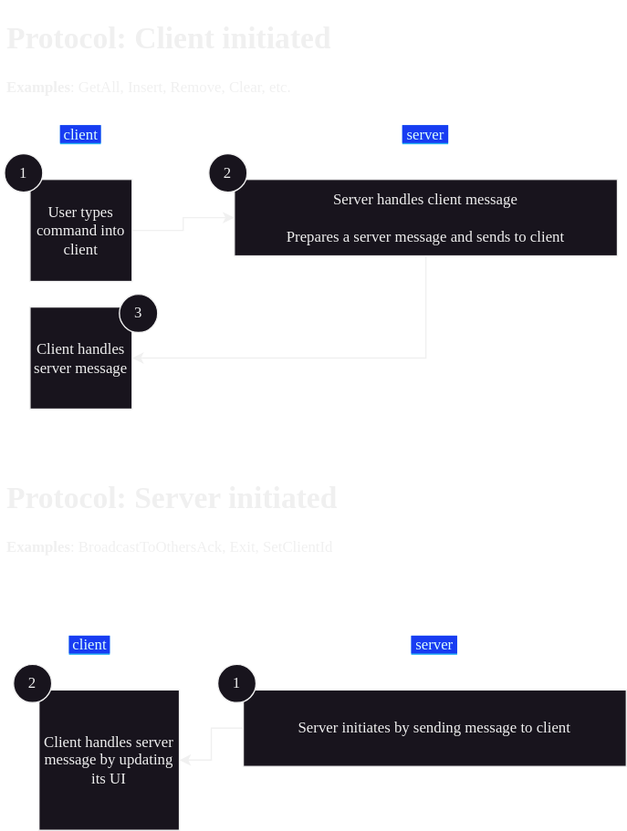
Before: tcp-api-server/main_diagram.drawio_2.svg, a diagram exported from draw.io (nazmulidris/rust-scratch). Source tidied: cells renumbered, new cells last; positions are measured from the earlier drawing's top-left corner, leaving out a move shared by most shapes.
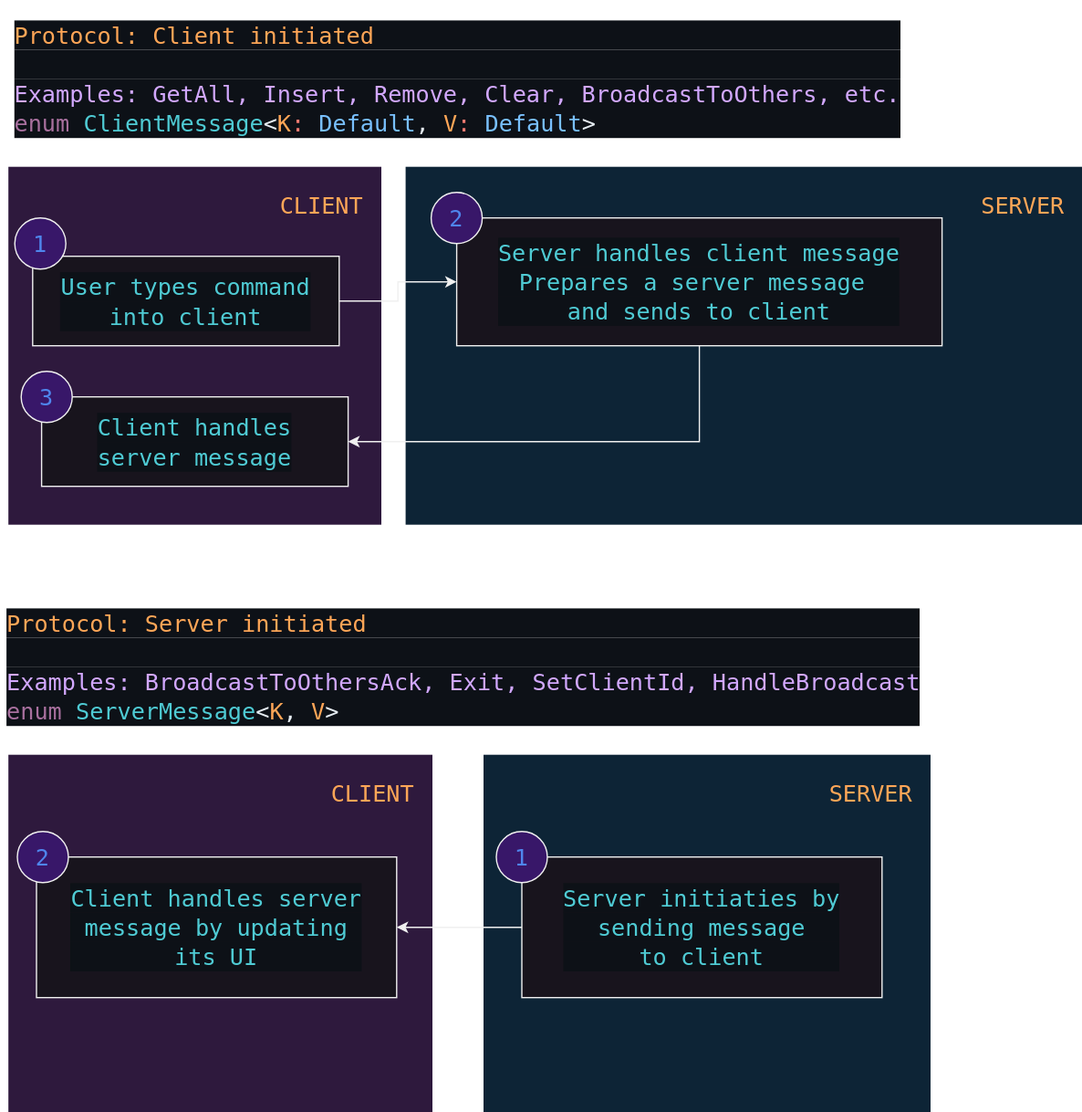
The same diagram one commit later.

Commit message:
[tcp-api-server] Redo the diagrams

Diff of the diagram source:
```diff
@@ -4,14 +4,14 @@
     <mxCell id="1" parent="0" />
-    <mxCell id="2" style="edgeStyle=orthogonalEdgeStyle;rounded=0;jettySize=auto;html=1;exitX=1;exitY=0.5;exitDx=0;exitDy=0;entryX=0;entryY=0.5;entryDx=0;entryDy=0;" parent="1" edge="1" source="3" target="7">
-      <mxGeometry relative="1" as="geometry" />
-    </mxCell>
-    <mxCell id="3" value="User types command into client" style="whiteSpace=wrap;html=1;fontFamily=Iosevka Term;" parent="1" vertex="1">
-      <mxGeometry x="23" y="130" width="80" height="80" as="geometry" />
-    </mxCell>
-    <mxCell id="4" value="&lt;h1&gt;Protocol: Client initiated&lt;/h1&gt;&lt;div&gt;&lt;b&gt;Examples&lt;/b&gt;: GetAll, Insert, Remove, C&lt;span style=&quot;background-color: initial;&quot;&gt;lear, etc.&lt;/span&gt;&lt;/div&gt;" style="text;html=1;spacing=5;spacingTop=-20;whiteSpace=wrap;overflow=hidden;rounded=0;fontFamily=Iosevka Term;" parent="1" vertex="1">
-      <mxGeometry width="330" height="70" as="geometry" />
-    </mxCell>
-    <mxCell id="5" value="1" style="ellipse;whiteSpace=wrap;html=1;fontFamily=Iosevka Term;" parent="1" vertex="1">
-      <mxGeometry x="3" y="110" width="30" height="30" as="geometry" />
-    </mxCell>
+    <mxCell id="21" value="&lt;div style=&quot;font-family: &amp;quot;MonaspiceKr Nerd Font Mono&amp;quot;, &amp;quot;Droid Sans Mono&amp;quot;, &amp;quot;monospace&amp;quot;, monospace; font-size: 18px; line-height: 23px; white-space: pre;&quot;&gt;&lt;font color=&quot;#ffa657&quot;&gt;SERVER&lt;/font&gt;&lt;/div&gt;" style="text;html=1;align=right;verticalAlign=top;whiteSpace=wrap;rounded=0;spacingTop=12;spacingLeft=12;spacingBottom=12;spacingRight=12;labelBackgroundColor=none;labelBorderColor=none;fillColor=#0D2436;fontColor=#ffffff;strokeColor=none;horizontal=1;" parent="1" vertex="1">
+      <mxGeometry x="381" y="530" width="350" height="280" as="geometry" />
+    </mxCell>
+    <mxCell id="22" value="&lt;div style=&quot;font-family: &amp;quot;MonaspiceKr Nerd Font Mono&amp;quot;, &amp;quot;Droid Sans Mono&amp;quot;, &amp;quot;monospace&amp;quot;, monospace; font-size: 18px; line-height: 23px; white-space: pre;&quot;&gt;&lt;font color=&quot;#ffa657&quot;&gt;CLIENT&lt;/font&gt;&lt;/div&gt;" style="text;html=1;align=right;verticalAlign=top;whiteSpace=wrap;rounded=0;spacingTop=12;spacingLeft=12;spacingBottom=12;spacingRight=12;labelBackgroundColor=none;labelBorderColor=none;fillColor=#2E193D;fontColor=#ffffff;strokeColor=none;horizontal=1;" parent="1" vertex="1">
+      <mxGeometry x="9" y="530" width="332" height="280" as="geometry" />
+    </mxCell>
+    <mxCell id="23" value="&lt;div style=&quot;font-family: &amp;quot;MonaspiceKr Nerd Font Mono&amp;quot;, &amp;quot;Droid Sans Mono&amp;quot;, &amp;quot;monospace&amp;quot;, monospace; font-size: 18px; line-height: 23px; white-space: pre;&quot;&gt;&lt;font color=&quot;#ffa657&quot;&gt;SERVER&lt;/font&gt;&lt;/div&gt;" style="text;html=1;align=right;verticalAlign=top;whiteSpace=wrap;rounded=0;spacingTop=12;spacingLeft=12;spacingBottom=12;spacingRight=12;labelBackgroundColor=none;labelBorderColor=none;fillColor=#0D2436;fontColor=#ffffff;strokeColor=none;horizontal=1;" parent="1" vertex="1">
+      <mxGeometry x="320" y="70" width="530" height="280" as="geometry" />
+    </mxCell>
+    <mxCell id="24" value="&lt;div style=&quot;font-family: &amp;quot;MonaspiceKr Nerd Font Mono&amp;quot;, &amp;quot;Droid Sans Mono&amp;quot;, &amp;quot;monospace&amp;quot;, monospace; font-size: 18px; line-height: 23px; white-space: pre;&quot;&gt;&lt;font color=&quot;#ffa657&quot;&gt;CLIENT&lt;/font&gt;&lt;/div&gt;" style="text;html=1;align=right;verticalAlign=top;whiteSpace=wrap;rounded=0;spacingTop=12;spacingLeft=12;spacingBottom=12;spacingRight=12;labelBackgroundColor=none;labelBorderColor=none;fillColor=#2E193D;fontColor=#ffffff;strokeColor=none;horizontal=1;" parent="1" vertex="1">
+      <mxGeometry x="9" y="70" width="292" height="280" as="geometry" />
+    </mxCell>
     <mxCell id="6" style="edgeStyle=orthogonalEdgeStyle;rounded=0;jettySize=auto;html=1;exitX=0.5;exitY=1;exitDx=0;exitDy=0;entryX=1;entryY=0.5;entryDx=0;entryDy=0;" parent="1" edge="1" source="7" target="9">
@@ -19,44 +19,55 @@
     </mxCell>
-    <mxCell id="7" value="Server handles client message&lt;div&gt;&lt;br&gt;&lt;/div&gt;&lt;div&gt;Prepares a server message and sends to client&lt;/div&gt;" style="whiteSpace=wrap;html=1;fontFamily=Iosevka Term;" parent="1" vertex="1">
-      <mxGeometry x="183" y="130" width="300" height="60" as="geometry" />
+    <mxCell id="7" value="&lt;div style=&quot;background-color: rgb(13, 17, 23); font-family: &amp;quot;MonaspiceKr Nerd Font Mono&amp;quot;, &amp;quot;Droid Sans Mono&amp;quot;, &amp;quot;monospace&amp;quot;, monospace; font-size: 18px; line-height: 23px; white-space: pre;&quot;&gt;&lt;font color=&quot;#4fcbd4&quot;&gt;Server handles client message&lt;/font&gt;&lt;/div&gt;&lt;div style=&quot;background-color: rgb(13, 17, 23); font-family: &amp;quot;MonaspiceKr Nerd Font Mono&amp;quot;, &amp;quot;Droid Sans Mono&amp;quot;, &amp;quot;monospace&amp;quot;, monospace; font-size: 18px; line-height: 23px; white-space: pre;&quot;&gt;&lt;font color=&quot;#4fcbd4&quot;&gt;Prepares a server message &lt;/font&gt;&lt;/div&gt;&lt;div style=&quot;background-color: rgb(13, 17, 23); font-family: &amp;quot;MonaspiceKr Nerd Font Mono&amp;quot;, &amp;quot;Droid Sans Mono&amp;quot;, &amp;quot;monospace&amp;quot;, monospace; font-size: 18px; line-height: 23px; white-space: pre;&quot;&gt;&lt;font color=&quot;#4fcbd4&quot;&gt;and sends to client&lt;/font&gt;&lt;/div&gt;" style="whiteSpace=wrap;html=1;fontFamily=Helvetica;perimeterSpacing=0;spacingLeft=12;spacingRight=12;spacingBottom=12;spacingTop=12;align=center;" parent="1" vertex="1">
+      <mxGeometry x="360" y="110" width="380" height="100" as="geometry" />
     </mxCell>
+    <mxCell id="9" value="&lt;div style=&quot;background-color: rgb(13, 17, 23); font-family: &amp;quot;MonaspiceKr Nerd Font Mono&amp;quot;, &amp;quot;Droid Sans Mono&amp;quot;, &amp;quot;monospace&amp;quot;, monospace; font-size: 18px; line-height: 23px; white-space: pre;&quot;&gt;&lt;font color=&quot;#4fcbd4&quot;&gt;Client handles&lt;/font&gt;&lt;/div&gt;&lt;div style=&quot;background-color: rgb(13, 17, 23); font-family: &amp;quot;MonaspiceKr Nerd Font Mono&amp;quot;, &amp;quot;Droid Sans Mono&amp;quot;, &amp;quot;monospace&amp;quot;, monospace; font-size: 18px; line-height: 23px; white-space: pre;&quot;&gt;&lt;font color=&quot;#4fcbd4&quot;&gt;server message&lt;/font&gt;&lt;/div&gt;" style="whiteSpace=wrap;html=1;fontFamily=Helvetica;perimeterSpacing=0;spacingLeft=12;spacingRight=12;spacingBottom=12;spacingTop=12;align=center;" parent="1" vertex="1">
+      <mxGeometry x="35" y="250" width="240" height="70" as="geometry" />
+    </mxCell>
+    <mxCell id="2" style="edgeStyle=orthogonalEdgeStyle;rounded=0;orthogonalLoop=1;jettySize=auto;html=1;exitX=1;exitY=0.5;exitDx=0;exitDy=0;entryX=0;entryY=0.5;entryDx=0;entryDy=0;fontFamily=Helvetica;" parent="1" edge="1">
+      <mxGeometry relative="1" as="geometry">
+        <mxPoint x="118" y="161.5" as="sourcePoint" />
+        <mxPoint x="193" y="165" as="targetPoint" />
+      </mxGeometry>
+    </mxCell>
-    <mxCell id="8" value="2" style="ellipse;whiteSpace=wrap;html=1;fontFamily=Iosevka Term;" parent="1" vertex="1">
-      <mxGeometry x="163" y="110" width="30" height="30" as="geometry" />
+    <mxCell id="8" value="&lt;div style=&quot;color: rgb(230, 237, 243); font-family: &amp;quot;MonaspiceKr Nerd Font Mono&amp;quot;, &amp;quot;Droid Sans Mono&amp;quot;, &amp;quot;monospace&amp;quot;, monospace; font-size: 18px; line-height: 23px; white-space: pre;&quot;&gt;&lt;span style=&quot;color: #4f86ed;&quot;&gt;2&lt;/span&gt;&lt;/div&gt;" style="ellipse;whiteSpace=wrap;html=1;fontFamily=Helvetica;fillColor=#381769;labelBackgroundColor=none;" parent="1" vertex="1">
+      <mxGeometry x="340" y="90" width="40" height="40" as="geometry" />
     </mxCell>
-    <mxCell id="9" value="Client handles server message" style="whiteSpace=wrap;html=1;fontFamily=Iosevka Term;" parent="1" vertex="1">
-      <mxGeometry x="23" y="230" width="80" height="80" as="geometry" />
-    </mxCell>
+    <mxCell id="16" style="edgeStyle=orthogonalEdgeStyle;rounded=0;jettySize=auto;html=1;exitX=0;exitY=0.5;exitDx=0;exitDy=0;fontFamily=Helvetica;" parent="1" edge="1" source="x">
+      <mxGeometry relative="1" as="geometry">
+        <mxPoint x="150" y="730" as="targetPoint" />
+      </mxGeometry>
+    </mxCell>
+    <mxCell id="25" value="&lt;h1&gt;&lt;div style=&quot;background-color: rgb(13, 17, 23); font-family: &amp;quot;MonaspiceKr Nerd Font Mono&amp;quot;, &amp;quot;Droid Sans Mono&amp;quot;, &amp;quot;monospace&amp;quot;, monospace; font-weight: normal; font-size: 18px; line-height: 23px; white-space: pre;&quot;&gt;&lt;font color=&quot;#ffa657&quot;&gt;Protocol: Client initiated&lt;/font&gt;&lt;/div&gt;&lt;div style=&quot;background-color: rgb(13, 17, 23); font-family: &amp;quot;MonaspiceKr Nerd Font Mono&amp;quot;, &amp;quot;Droid Sans Mono&amp;quot;, &amp;quot;monospace&amp;quot;, monospace; font-weight: normal; font-size: 18px; line-height: 23px; white-space: pre;&quot;&gt;&lt;font color=&quot;#ffa657&quot;&gt;&lt;br&gt;&lt;/font&gt;&lt;/div&gt;&lt;div style=&quot;background-color: rgb(13, 17, 23); font-family: &amp;quot;MonaspiceKr Nerd Font Mono&amp;quot;, &amp;quot;Droid Sans Mono&amp;quot;, &amp;quot;monospace&amp;quot;, monospace; font-weight: normal; font-size: 18px; line-height: 23px; white-space: pre;&quot;&gt;&lt;div style=&quot;line-height: 23px;&quot;&gt;&lt;font color=&quot;#d2a8ff&quot;&gt;Examples: GetAll, Insert, Remove, Clear, BroadcastToOthers, etc.&lt;/font&gt;&lt;/div&gt;&lt;div style=&quot;line-height: 23px;&quot;&gt;&lt;div style=&quot;color: rgb(230, 237, 243); line-height: 23px;&quot;&gt;&lt;span style=&quot;color: #a8709e;&quot;&gt;enum&lt;/span&gt; &lt;span style=&quot;color: #4fcbd4;&quot;&gt;ClientMessage&lt;/span&gt;&amp;lt;&lt;span style=&quot;color: #ffa657;&quot;&gt;K&lt;/span&gt;&lt;span style=&quot;color: #ff7b72;&quot;&gt;:&lt;/span&gt; &lt;span style=&quot;color: #79c0ff;&quot;&gt;Default&lt;/span&gt;, &lt;span style=&quot;color: #ffa657;&quot;&gt;V&lt;/span&gt;&lt;span style=&quot;color: #ff7b72;&quot;&gt;:&lt;/span&gt; &lt;span style=&quot;color: #79c0ff;&quot;&gt;Default&lt;/span&gt;&amp;gt;&lt;/div&gt;&lt;/div&gt;&lt;/div&gt;&lt;/h1&gt;" style="text;html=1;spacing=5;spacingTop=-20;overflow=hidden;rounded=0;fontFamily=Helvetica;whiteSpace=wrap;" parent="1" vertex="1">
+      <mxGeometry x="9" y="-50" width="810" height="110" as="geometry" />
+    </mxCell>
+    <mxCell id="26" value="&lt;h1&gt;&lt;div style=&quot;background-color: rgb(13, 17, 23); font-family: &amp;quot;MonaspiceKr Nerd Font Mono&amp;quot;, &amp;quot;Droid Sans Mono&amp;quot;, &amp;quot;monospace&amp;quot;, monospace; font-weight: normal; font-size: 18px; line-height: 23px; white-space: pre;&quot;&gt;&lt;font color=&quot;#ffa657&quot;&gt;Protocol: Server initiated&lt;/font&gt;&lt;/div&gt;&lt;div style=&quot;background-color: rgb(13, 17, 23); font-family: &amp;quot;MonaspiceKr Nerd Font Mono&amp;quot;, &amp;quot;Droid Sans Mono&amp;quot;, &amp;quot;monospace&amp;quot;, monospace; font-weight: normal; font-size: 18px; line-height: 23px; white-space: pre;&quot;&gt;&lt;font color=&quot;#ffa657&quot;&gt;&lt;br&gt;&lt;/font&gt;&lt;/div&gt;&lt;div style=&quot;background-color: rgb(13, 17, 23); font-family: &amp;quot;MonaspiceKr Nerd Font Mono&amp;quot;, &amp;quot;Droid Sans Mono&amp;quot;, &amp;quot;monospace&amp;quot;, monospace; font-weight: normal; font-size: 18px; line-height: 23px; white-space: pre;&quot;&gt;&lt;div style=&quot;line-height: 23px;&quot;&gt;&lt;font color=&quot;#d2a8ff&quot;&gt;Examples: BroadcastToOthersAck, Exit, SetClientId, HandleBroadcast&lt;/font&gt;&lt;/div&gt;&lt;div style=&quot;line-height: 23px;&quot;&gt;&lt;div style=&quot;color: rgb(230, 237, 243); line-height: 23px;&quot;&gt;&lt;div style=&quot;line-height: 23px;&quot;&gt;&lt;span style=&quot;color: #a8709e;&quot;&gt;enum&lt;/span&gt; &lt;span style=&quot;color: #4fcbd4;&quot;&gt;ServerMessage&lt;/span&gt;&amp;lt;&lt;span style=&quot;color: #ffa657;&quot;&gt;K&lt;/span&gt;, &lt;span style=&quot;color: #ffa657;&quot;&gt;V&lt;/span&gt;&amp;gt;&lt;/div&gt;&lt;/div&gt;&lt;/div&gt;&lt;/div&gt;&lt;/h1&gt;" style="text;html=1;spacing=5;spacingTop=-20;overflow=hidden;rounded=0;fontFamily=Helvetica;whiteSpace=wrap;" parent="1" vertex="1">
+      <mxGeometry x="3" y="410" width="810" height="110" as="geometry" />
+    </mxCell>
+    <mxCell id="27" style="edgeStyle=orthogonalEdgeStyle;rounded=0;jettySize=auto;html=1;" parent="1" edge="1" source="3" target="7">
+      <mxGeometry relative="1" as="geometry" />
+    </mxCell>
+    <mxCell id="3" value="&lt;div style=&quot;background-color: rgb(13, 17, 23); font-family: &amp;quot;MonaspiceKr Nerd Font Mono&amp;quot;, &amp;quot;Droid Sans Mono&amp;quot;, &amp;quot;monospace&amp;quot;, monospace; font-size: 18px; line-height: 23px; white-space: pre;&quot;&gt;&lt;font color=&quot;#4fcbd4&quot;&gt;User types command&lt;/font&gt;&lt;/div&gt;&lt;div style=&quot;background-color: rgb(13, 17, 23); font-family: &amp;quot;MonaspiceKr Nerd Font Mono&amp;quot;, &amp;quot;Droid Sans Mono&amp;quot;, &amp;quot;monospace&amp;quot;, monospace; font-size: 18px; line-height: 23px; white-space: pre;&quot;&gt;&lt;font color=&quot;#4fcbd4&quot;&gt;into client&lt;/font&gt;&lt;/div&gt;" style="whiteSpace=wrap;html=1;fontFamily=Helvetica;perimeterSpacing=0;spacingLeft=12;spacingRight=12;spacingBottom=12;spacingTop=12;align=center;" parent="1" vertex="1">
+      <mxGeometry x="28" y="140" width="240" height="70" as="geometry" />
+    </mxCell>
+    <mxCell id="14" value="&lt;div style=&quot;background-color: rgb(13, 17, 23); font-family: &amp;quot;MonaspiceKr Nerd Font Mono&amp;quot;, &amp;quot;Droid Sans Mono&amp;quot;, &amp;quot;monospace&amp;quot;, monospace; font-size: 18px; line-height: 23px; white-space: pre;&quot;&gt;&lt;font color=&quot;#4fcbd4&quot;&gt;Client handles server&lt;/font&gt;&lt;/div&gt;&lt;div style=&quot;background-color: rgb(13, 17, 23); font-family: &amp;quot;MonaspiceKr Nerd Font Mono&amp;quot;, &amp;quot;Droid Sans Mono&amp;quot;, &amp;quot;monospace&amp;quot;, monospace; font-size: 18px; line-height: 23px; white-space: pre;&quot;&gt;&lt;font color=&quot;#4fcbd4&quot;&gt;message by updating&lt;/font&gt;&lt;/div&gt;&lt;div style=&quot;background-color: rgb(13, 17, 23); font-family: &amp;quot;MonaspiceKr Nerd Font Mono&amp;quot;, &amp;quot;Droid Sans Mono&amp;quot;, &amp;quot;monospace&amp;quot;, monospace; font-size: 18px; line-height: 23px; white-space: pre;&quot;&gt;&lt;font color=&quot;#4fcbd4&quot;&gt;its UI&lt;/font&gt;&lt;/div&gt;" style="whiteSpace=wrap;html=1;fontFamily=Helvetica;perimeterSpacing=0;spacingLeft=12;spacingRight=12;spacingBottom=12;spacingTop=12;align=center;" parent="1" vertex="1">
+      <mxGeometry x="31" y="610" width="282" height="110" as="geometry" />
+    </mxCell>
+    <mxCell id="28" style="edgeStyle=orthogonalEdgeStyle;rounded=0;jettySize=auto;html=1;exitX=0;exitY=0.5;exitDx=0;exitDy=0;entryX=1;entryY=0.5;entryDx=0;entryDy=0;" parent="1" edge="1" source="29" target="14">
+      <mxGeometry relative="1" as="geometry" />
+    </mxCell>
+    <mxCell id="29" value="&lt;div style=&quot;background-color: rgb(13, 17, 23); font-family: &amp;quot;MonaspiceKr Nerd Font Mono&amp;quot;, &amp;quot;Droid Sans Mono&amp;quot;, &amp;quot;monospace&amp;quot;, monospace; font-size: 18px; line-height: 23px; white-space: pre;&quot;&gt;&lt;font color=&quot;#4fcbd4&quot;&gt;Server initiaties by&lt;/font&gt;&lt;/div&gt;&lt;div style=&quot;background-color: rgb(13, 17, 23); font-family: &amp;quot;MonaspiceKr Nerd Font Mono&amp;quot;, &amp;quot;Droid Sans Mono&amp;quot;, &amp;quot;monospace&amp;quot;, monospace; font-size: 18px; line-height: 23px; white-space: pre;&quot;&gt;&lt;font color=&quot;#4fcbd4&quot;&gt;sending message&lt;/font&gt;&lt;/div&gt;&lt;div style=&quot;background-color: rgb(13, 17, 23); font-family: &amp;quot;MonaspiceKr Nerd Font Mono&amp;quot;, &amp;quot;Droid Sans Mono&amp;quot;, &amp;quot;monospace&amp;quot;, monospace; font-size: 18px; line-height: 23px; white-space: pre;&quot;&gt;&lt;font color=&quot;#4fcbd4&quot;&gt;to client&lt;/font&gt;&lt;/div&gt;" style="whiteSpace=wrap;html=1;fontFamily=Helvetica;perimeterSpacing=0;spacingLeft=12;spacingRight=12;spacingBottom=12;spacingTop=12;align=center;" parent="1" vertex="1">
+      <mxGeometry x="411" y="610" width="282" height="110" as="geometry" />
+    </mxCell>
+    <mxCell id="30" value="&lt;div style=&quot;color: rgb(230, 237, 243); font-family: &amp;quot;MonaspiceKr Nerd Font Mono&amp;quot;, &amp;quot;Droid Sans Mono&amp;quot;, &amp;quot;monospace&amp;quot;, monospace; font-size: 18px; line-height: 23px; white-space: pre;&quot;&gt;&lt;span style=&quot;color: #4f86ed;&quot;&gt;1&lt;/span&gt;&lt;/div&gt;" style="ellipse;whiteSpace=wrap;html=1;fontFamily=Helvetica;fillColor=#381769;labelBackgroundColor=none;" parent="1" vertex="1">
+      <mxGeometry x="14" y="110" width="40" height="40" as="geometry" />
+    </mxCell>
-    <mxCell id="10" value="3" style="ellipse;whiteSpace=wrap;html=1;fontFamily=Iosevka Term;" parent="1" vertex="1">
-      <mxGeometry x="93" y="220" width="30" height="30" as="geometry" />
+    <mxCell id="10" value="&lt;div style=&quot;color: rgb(230, 237, 243); font-family: &amp;quot;MonaspiceKr Nerd Font Mono&amp;quot;, &amp;quot;Droid Sans Mono&amp;quot;, &amp;quot;monospace&amp;quot;, monospace; font-size: 18px; line-height: 23px; white-space: pre;&quot;&gt;&lt;span style=&quot;color: #4f86ed;&quot;&gt;3&lt;/span&gt;&lt;/div&gt;" style="ellipse;whiteSpace=wrap;html=1;fontFamily=Helvetica;fillColor=#381769;labelBackgroundColor=none;" parent="1" vertex="1">
+      <mxGeometry x="19" y="230" width="40" height="40" as="geometry" />
     </mxCell>
-    <mxCell id="11" value="&lt;span style=&quot;background-color: rgb(24, 60, 242);&quot;&gt;&amp;nbsp;client&amp;nbsp;&lt;/span&gt;" style="text;html=1;align=center;verticalAlign=middle;whiteSpace=wrap;rounded=0;fontFamily=Iosevka Term;labelBackgroundColor=#29b6f2;fontColor=#DEFFFC;" parent="1" vertex="1">
-      <mxGeometry x="18" y="80" width="90" height="30" as="geometry" />
-    </mxCell>
-    <mxCell id="12" value="&lt;span style=&quot;background-color: rgb(24, 60, 242);&quot;&gt;&amp;nbsp;server&amp;nbsp;&lt;/span&gt;" style="text;html=1;align=center;verticalAlign=middle;whiteSpace=wrap;rounded=0;fontFamily=Iosevka Term;labelBackgroundColor=#29b6f2;fontColor=#DEFFFC;" parent="1" vertex="1">
-      <mxGeometry x="288" y="80" width="90" height="30" as="geometry" />
-    </mxCell>
-    <mxCell id="13" value="&lt;h1&gt;Protocol: Server initiated&lt;/h1&gt;&lt;div&gt;&lt;b&gt;Examples&lt;/b&gt;: BroadcastToOthersAck, Exit, SetClientId&lt;/div&gt;" style="text;html=1;spacing=5;spacingTop=-20;whiteSpace=wrap;overflow=hidden;rounded=0;fontFamily=Iosevka Term;" parent="1" vertex="1">
-      <mxGeometry y="360" width="330" height="70" as="geometry" />
-    </mxCell>
-    <mxCell id="14" value="Client handles server message by updating its UI" style="whiteSpace=wrap;html=1;fontFamily=Iosevka Term;" parent="1" vertex="1">
-      <mxGeometry x="30" y="530" width="110" height="110" as="geometry" />
-    </mxCell>
+    <mxCell id="31" value="&lt;div style=&quot;color: rgb(230, 237, 243); font-family: &amp;quot;MonaspiceKr Nerd Font Mono&amp;quot;, &amp;quot;Droid Sans Mono&amp;quot;, &amp;quot;monospace&amp;quot;, monospace; font-size: 18px; line-height: 23px; white-space: pre;&quot;&gt;&lt;span style=&quot;color: #4f86ed;&quot;&gt;1&lt;/span&gt;&lt;/div&gt;" style="ellipse;whiteSpace=wrap;html=1;fontFamily=Helvetica;fillColor=#381769;labelBackgroundColor=none;" parent="1" vertex="1">
+      <mxGeometry x="391" y="590" width="40" height="40" as="geometry" />
+    </mxCell>
-    <mxCell id="15" value="2" style="ellipse;whiteSpace=wrap;html=1;fontFamily=Iosevka Term;" parent="1" vertex="1">
-      <mxGeometry x="10" y="510" width="30" height="30" as="geometry" />
+    <mxCell id="15" value="&lt;div style=&quot;color: rgb(230, 237, 243); font-family: &amp;quot;MonaspiceKr Nerd Font Mono&amp;quot;, &amp;quot;Droid Sans Mono&amp;quot;, &amp;quot;monospace&amp;quot;, monospace; font-size: 18px; line-height: 23px; white-space: pre;&quot;&gt;&lt;span style=&quot;color: #4f86ed;&quot;&gt;2&lt;/span&gt;&lt;/div&gt;" style="ellipse;whiteSpace=wrap;html=1;fontFamily=Helvetica;fillColor=#381769;labelBackgroundColor=none;" parent="1" vertex="1">
+      <mxGeometry x="16" y="590" width="40" height="40" as="geometry" />
     </mxCell>
-    <mxCell id="16" style="edgeStyle=orthogonalEdgeStyle;rounded=0;jettySize=auto;html=1;exitX=0;exitY=0.5;exitDx=0;exitDy=0;entryX=1;entryY=0.5;entryDx=0;entryDy=0;" parent="1" edge="1" source="17" target="14">
-      <mxGeometry relative="1" as="geometry" />
-    </mxCell>
-    <mxCell id="17" value="&lt;div&gt;Server initiates by sending message to client&lt;/div&gt;" style="whiteSpace=wrap;html=1;fontFamily=Iosevka Term;" parent="1" vertex="1">
-      <mxGeometry x="190" y="530" width="300" height="60" as="geometry" />
-    </mxCell>
-    <mxCell id="18" value="1" style="ellipse;whiteSpace=wrap;html=1;fontFamily=Iosevka Term;" parent="1" vertex="1">
-      <mxGeometry x="170" y="510" width="30" height="30" as="geometry" />
-    </mxCell>
-    <mxCell id="19" value="&lt;span style=&quot;background-color: rgb(24, 60, 242);&quot;&gt;&amp;nbsp;client&amp;nbsp;&lt;/span&gt;" style="text;html=1;align=center;verticalAlign=middle;whiteSpace=wrap;rounded=0;fontFamily=Iosevka Term;labelBackgroundColor=#29b6f2;fontColor=#DEFFFC;" parent="1" vertex="1">
-      <mxGeometry x="25" y="480" width="90" height="30" as="geometry" />
-    </mxCell>
-    <mxCell id="20" value="&lt;span style=&quot;background-color: rgb(24, 60, 242);&quot;&gt;&amp;nbsp;server&amp;nbsp;&lt;/span&gt;" style="text;html=1;align=center;verticalAlign=middle;whiteSpace=wrap;rounded=0;fontFamily=Iosevka Term;labelBackgroundColor=#29b6f2;fontColor=#DEFFFC;" parent="1" vertex="1">
-      <mxGeometry x="295" y="480" width="90" height="30" as="geometry" />
-    </mxCell>
   </root>
```
